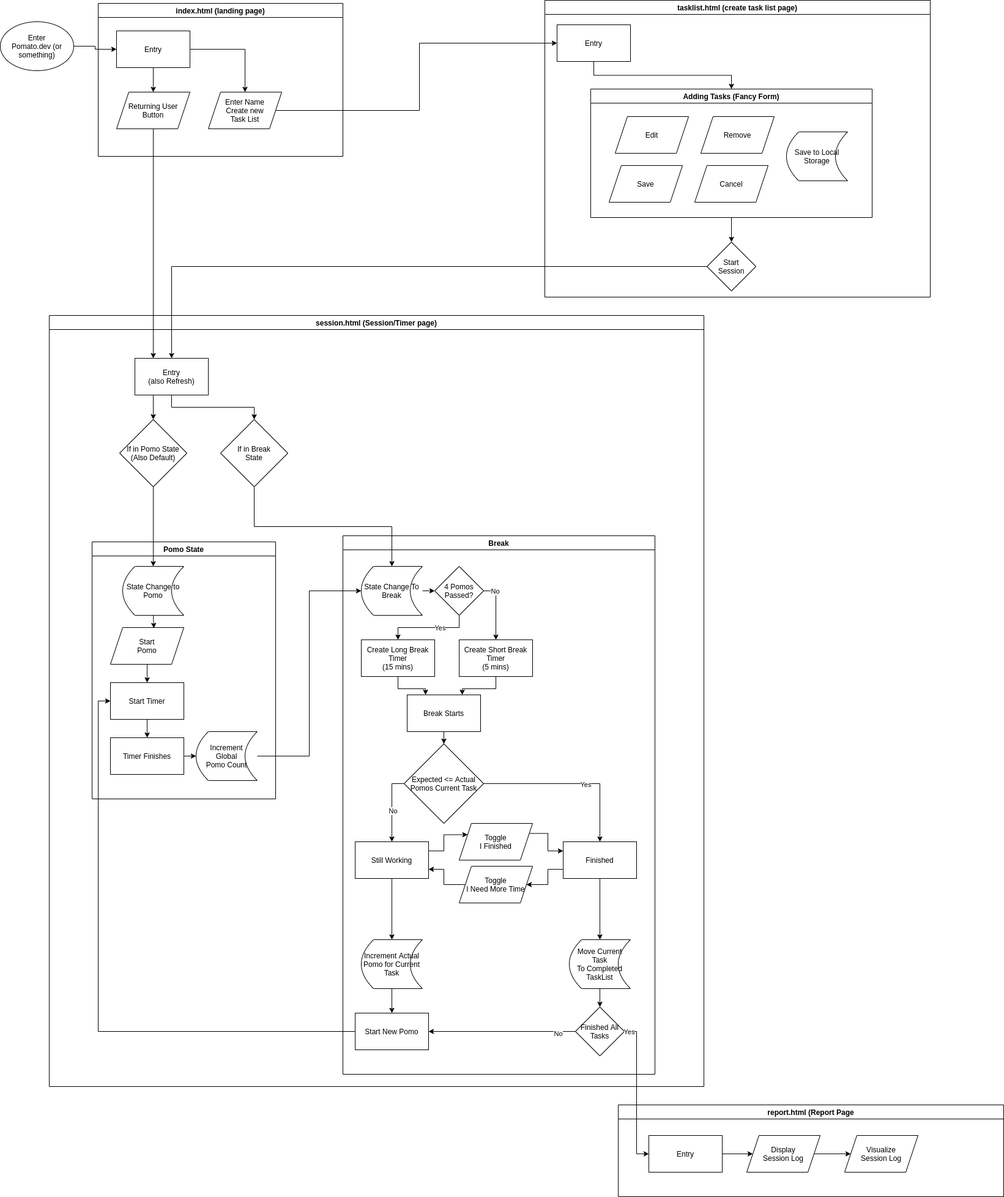
Earlier version of the draw.io export admin/pitch/eventdiagram.drawio.png (CSE-110-Group-29/Electric-Pomato). Source tidied: cells renumbered, new cells last; positions are measured from the earlier drawing's top-left corner, leaving out a move shared by most shapes.
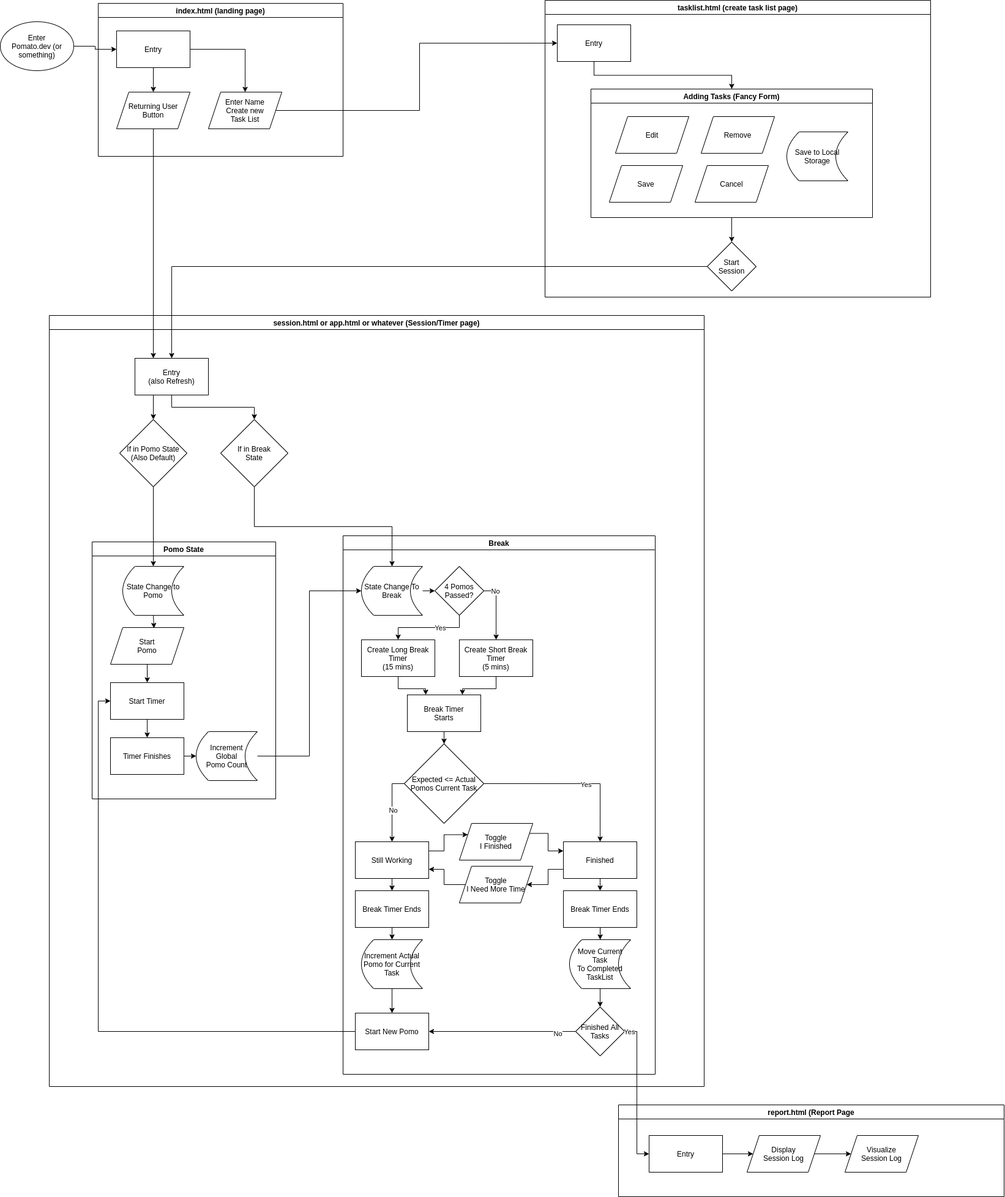
After the commit.

Commit message:
added break timer ends and rewording

What changed in the source:
```diff
@@ -53,7 +53,7 @@
     <mxCell id="18" value="Start&lt;br&gt;Session" style="rhombus;whiteSpace=wrap;html=1;" parent="8" vertex="1">
       <mxGeometry x="265" y="395" width="80" height="80" as="geometry" />
     </mxCell>
-    <mxCell id="19" value="session.html (Session/Timer page)" style="swimlane;" parent="1" vertex="1">
+    <mxCell id="19" value="session.html or app.html or whatever (Session/Timer page)" style="swimlane;" parent="1" vertex="1">
       <mxGeometry x="80" y="515" width="1070" height="1260" as="geometry" />
     </mxCell>
     <mxCell id="20" style="edgeStyle=orthogonalEdgeStyle;rounded=0;jettySize=auto;html=1;exitX=0.5;exitY=1;exitDx=0;exitDy=0;entryX=0.5;entryY=0;entryDx=0;entryDy=0;" parent="19" edge="1" source="21" target="72">
@@ -107,7 +107,7 @@
     <mxCell id="36" value="Create Short Break&lt;br&gt;Timer&lt;br&gt;(5 mins)" style="rounded=0;whiteSpace=wrap;html=1;" parent="32" vertex="1">
       <mxGeometry x="190" y="170" width="120" height="60" as="geometry" />
     </mxCell>
-    <mxCell id="37" value="Break Starts" style="rounded=0;whiteSpace=wrap;html=1;" parent="32" vertex="1">
+    <mxCell id="37" value="Break Timer&lt;br&gt;Starts" style="rounded=0;whiteSpace=wrap;html=1;" parent="32" vertex="1">
       <mxGeometry x="105" y="260" width="120" height="60" as="geometry" />
     </mxCell>
     <mxCell id="38" value="4 Pomos&lt;br&gt;Passed?" style="rhombus;whiteSpace=wrap;html=1;" parent="32" vertex="1">
@@ -143,7 +143,7 @@
     <mxCell id="48" value="&lt;span&gt;Increment Actual Pomo for Current Task&lt;/span&gt;" style="shape=dataStorage;whiteSpace=wrap;html=1;fixedSize=1;" parent="32" vertex="1">
       <mxGeometry x="30" y="660" width="100" height="80" as="geometry" />
     </mxCell>
-    <mxCell id="49" style="edgeStyle=orthogonalEdgeStyle;rounded=0;jettySize=auto;html=1;exitX=0.5;exitY=1;exitDx=0;exitDy=0;entryX=0.5;entryY=0;entryDx=0;entryDy=0;" parent="32" edge="1" source="63" target="48">
+    <mxCell id="49" style="edgeStyle=orthogonalEdgeStyle;rounded=0;jettySize=auto;html=1;exitX=0.5;exitY=1;exitDx=0;exitDy=0;entryX=0.5;entryY=0;entryDx=0;entryDy=0;" parent="32" edge="1" source="63" target="91">
       <mxGeometry relative="1" as="geometry" />
     </mxCell>
     <mxCell id="50" style="edgeStyle=orthogonalEdgeStyle;rounded=0;jettySize=auto;html=1;exitX=0;exitY=0.5;exitDx=0;exitDy=0;entryX=1;entryY=0.5;entryDx=0;entryDy=0;" parent="32" edge="1" source="52" target="66">
@@ -166,11 +166,6 @@
         <mxPoint x="1" as="offset" />
       </mxGeometry>
     </mxCell>
-    <mxCell id="56" style="edgeStyle=orthogonalEdgeStyle;rounded=0;jettySize=auto;html=1;entryX=0.5;entryY=0;entryDx=0;entryDy=0;" parent="32" edge="1" target="53">
-      <mxGeometry relative="1" as="geometry">
-        <mxPoint x="360" y="560" as="sourcePoint" />
-      </mxGeometry>
-    </mxCell>
     <mxCell id="57" style="edgeStyle=orthogonalEdgeStyle;rounded=0;jettySize=auto;html=1;exitX=0.5;exitY=1;exitDx=0;exitDy=0;entryX=0.5;entryY=0;entryDx=0;entryDy=0;" parent="32" edge="1" source="53" target="52">
       <mxGeometry relative="1" as="geometry" />
     </mxCell>
@@ -195,6 +190,9 @@
     <mxCell id="64" style="edgeStyle=orthogonalEdgeStyle;rounded=0;jettySize=auto;html=1;exitX=0;exitY=0.75;exitDx=0;exitDy=0;entryX=1;entryY=0.5;entryDx=0;entryDy=0;" parent="32" edge="1" source="65" target="59">
       <mxGeometry relative="1" as="geometry" />
     </mxCell>
+    <mxCell id="89" style="edgeStyle=orthogonalEdgeStyle;rounded=0;jettySize=auto;html=1;exitX=0.5;exitY=1;exitDx=0;exitDy=0;entryX=0.5;entryY=0;entryDx=0;entryDy=0;" parent="32" edge="1" source="65" target="93">
+      <mxGeometry relative="1" as="geometry" />
+    </mxCell>
     <mxCell id="65" value="Finished" style="rounded=0;whiteSpace=wrap;html=1;" parent="32" vertex="1">
       <mxGeometry x="360" y="500" width="120" height="60" as="geometry" />
     </mxCell>
@@ -207,6 +205,18 @@
     <mxCell id="68" value="State Change To&lt;br&gt;Break" style="shape=dataStorage;whiteSpace=wrap;html=1;fixedSize=1;" parent="32" vertex="1">
       <mxGeometry x="30" y="50" width="100" height="80" as="geometry" />
     </mxCell>
+    <mxCell id="90" style="edgeStyle=orthogonalEdgeStyle;rounded=0;jettySize=auto;html=1;exitX=0.5;exitY=1;exitDx=0;exitDy=0;entryX=0.5;entryY=0;entryDx=0;entryDy=0;" parent="32" edge="1" source="91" target="48">
+      <mxGeometry relative="1" as="geometry" />
+    </mxCell>
+    <mxCell id="91" value="Break Timer Ends" style="rounded=0;whiteSpace=wrap;html=1;" parent="32" vertex="1">
+      <mxGeometry x="20" y="580" width="120" height="60" as="geometry" />
+    </mxCell>
+    <mxCell id="92" style="edgeStyle=orthogonalEdgeStyle;rounded=0;jettySize=auto;html=1;exitX=0.5;exitY=1;exitDx=0;exitDy=0;" parent="32" edge="1" source="93" target="53">
+      <mxGeometry relative="1" as="geometry" />
+    </mxCell>
+    <mxCell id="93" value="Break Timer Ends" style="rounded=0;whiteSpace=wrap;html=1;" parent="32" vertex="1">
+      <mxGeometry x="360" y="580" width="120" height="60" as="geometry" />
+    </mxCell>
     <mxCell id="69" value="If in Pomo State&lt;br&gt;(Also Default)" style="rhombus;whiteSpace=wrap;html=1;" parent="19" vertex="1">
       <mxGeometry x="115" y="170" width="110" height="110" as="geometry" />
     </mxCell>
```
